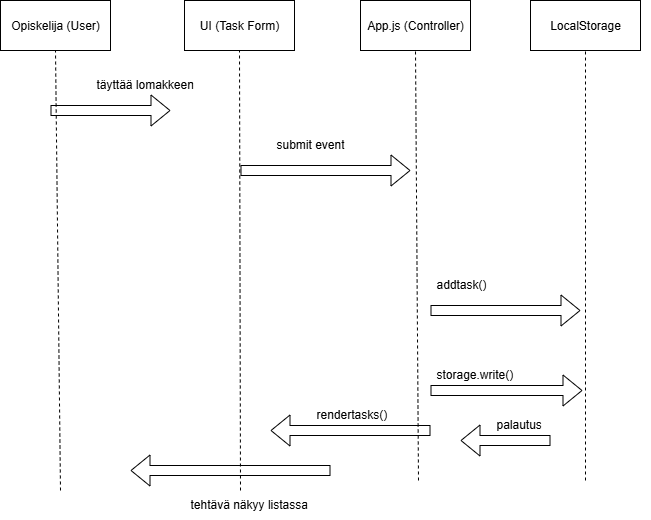
Earlier version of the draw.io export docs/uml/sequence-addtask.png (williamis/student-planner-dashboard). Source tidied: cells renumbered, new cells last; positions are measured from the earlier drawing's top-left corner, leaving out a move shared by most shapes.
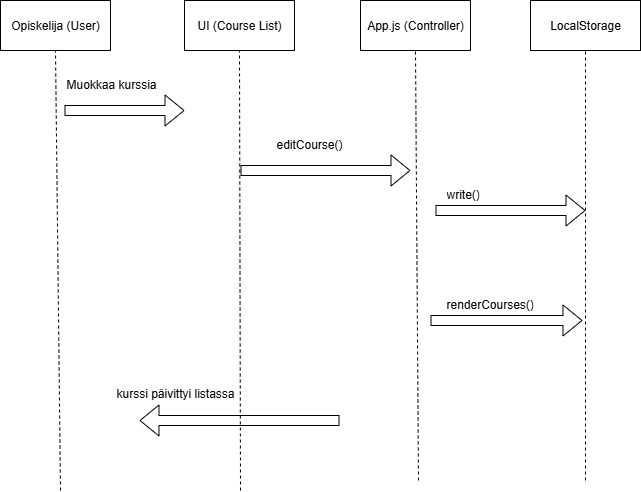
Above is the later version.

Commit message:
docs: päivitetty UML/mockupit ja prosessikuvaus

What changed in the source:
```diff
@@ -8,7 +8,7 @@
     <mxCell id="3" value="App.js (Controller)" style="html=1;whiteSpace=wrap;" parent="1" vertex="1">
       <mxGeometry x="360" width="110" height="50" as="geometry" />
     </mxCell>
-    <mxCell id="4" value="UI (Task Form)" style="html=1;whiteSpace=wrap;" parent="1" vertex="1">
+    <mxCell id="4" value="UI (Course List)" style="html=1;whiteSpace=wrap;" parent="1" vertex="1">
       <mxGeometry x="184" width="110" height="50" as="geometry" />
     </mxCell>
     <mxCell id="5" value="Opiskelija (User)" style="html=1;whiteSpace=wrap;" parent="1" vertex="1">
@@ -36,20 +36,20 @@
     </mxCell>
     <mxCell id="10" style="shape=flexArrow;endArrow=classic;html=1;rounded=0;" parent="1" edge="1">
       <mxGeometry relative="1" as="geometry">
-        <mxPoint x="50" y="110" as="sourcePoint" />
-        <mxPoint x="170" y="110" as="targetPoint" />
+        <mxPoint x="64" y="110" as="sourcePoint" />
+        <mxPoint x="184" y="110" as="targetPoint" />
       </mxGeometry>
     </mxCell>
     <mxCell id="11" style="shape=flexArrow;endArrow=classic;html=1;rounded=0;" parent="1" edge="1">
       <mxGeometry relative="1" as="geometry">
-        <mxPoint x="430" y="310" as="sourcePoint" />
-        <mxPoint x="580" y="310" as="targetPoint" />
+        <mxPoint x="435" y="210" as="sourcePoint" />
+        <mxPoint x="585" y="210" as="targetPoint" />
       </mxGeometry>
     </mxCell>
     <mxCell id="12" style="shape=flexArrow;endArrow=classic;html=1;rounded=0;" parent="1" edge="1">
       <mxGeometry relative="1" as="geometry">
-        <mxPoint x="330" y="470" as="sourcePoint" />
-        <mxPoint x="130" y="470" as="targetPoint" />
+        <mxPoint x="339" y="420" as="sourcePoint" />
+        <mxPoint x="139" y="420" as="targetPoint" />
       </mxGeometry>
     </mxCell>
     <mxCell id="13" style="shape=flexArrow;endArrow=classic;html=1;rounded=0;" parent="1" edge="1">
@@ -58,43 +58,26 @@
         <mxPoint x="410" y="170" as="targetPoint" />
       </mxGeometry>
     </mxCell>
-    <mxCell id="14" style="shape=flexArrow;endArrow=classic;html=1;rounded=0;" parent="1" edge="1">
-      <mxGeometry relative="1" as="geometry">
-        <mxPoint x="430" y="430" as="sourcePoint" />
-        <mxPoint x="270" y="430" as="targetPoint" />
-      </mxGeometry>
-    </mxCell>
-    <mxCell id="15" style="shape=flexArrow;endArrow=classic;html=1;rounded=0;entryX=0.95;entryY=1.154;entryDx=0;entryDy=0;entryPerimeter=0;" parent="1" edge="1" target="19">
+    <mxCell id="15" style="shape=flexArrow;endArrow=classic;html=1;rounded=0;entryX=0.95;entryY=1.154;entryDx=0;entryDy=0;entryPerimeter=0;" parent="1" edge="1">
       <mxGeometry relative="1" as="geometry">
-        <mxPoint x="430" y="390" as="sourcePoint" />
+        <mxPoint x="430" y="320" as="sourcePoint" />
+        <mxPoint x="582" y="320" as="targetPoint" />
       </mxGeometry>
     </mxCell>
-    <mxCell id="16" value="täyttää lomakkeen&lt;div&gt;&lt;br&gt;&lt;/div&gt;" style="text;strokeColor=none;fillColor=none;align=left;verticalAlign=top;spacingLeft=4;spacingRight=4;overflow=hidden;whiteSpace=wrap;html=1;" parent="1" vertex="1">
-      <mxGeometry x="90" y="70" width="160" height="26" as="geometry" />
+    <mxCell id="16" value="&lt;div&gt;Muokkaa kurssia&lt;/div&gt;" style="text;strokeColor=none;fillColor=none;align=left;verticalAlign=top;spacingLeft=4;spacingRight=4;overflow=hidden;whiteSpace=wrap;html=1;" parent="1" vertex="1">
+      <mxGeometry x="60" y="70" width="160" height="26" as="geometry" />
     </mxCell>
-    <mxCell id="17" value="&lt;div&gt;submit event&lt;/div&gt;" style="text;strokeColor=none;fillColor=none;align=left;verticalAlign=top;spacingLeft=4;spacingRight=4;overflow=hidden;whiteSpace=wrap;html=1;" parent="1" vertex="1">
+    <mxCell id="17" value="&lt;div&gt;editCourse()&lt;/div&gt;" style="text;strokeColor=none;fillColor=none;align=left;verticalAlign=top;spacingLeft=4;spacingRight=4;overflow=hidden;whiteSpace=wrap;html=1;" parent="1" vertex="1">
       <mxGeometry x="270" y="130" width="160" height="26" as="geometry" />
     </mxCell>
-    <mxCell id="18" value="&lt;div&gt;rendertasks()&lt;/div&gt;" style="text;strokeColor=none;fillColor=none;align=left;verticalAlign=top;spacingLeft=4;spacingRight=4;overflow=hidden;whiteSpace=wrap;html=1;" parent="1" vertex="1">
-      <mxGeometry x="310" y="400" width="160" height="26" as="geometry" />
-    </mxCell>
-    <mxCell id="19" value="&lt;div&gt;storage.write()&lt;/div&gt;" style="text;strokeColor=none;fillColor=none;align=left;verticalAlign=top;spacingLeft=4;spacingRight=4;overflow=hidden;points=[[0,0.5],[1,0.5]];portConstraint=eastwest;whiteSpace=wrap;html=1;" parent="1" vertex="1">
-      <mxGeometry x="430" y="360" width="160" height="26" as="geometry" />
+    <mxCell id="19" value="&lt;div&gt;renderCourses()&lt;/div&gt;" style="text;strokeColor=none;fillColor=none;align=left;verticalAlign=top;spacingLeft=4;spacingRight=4;overflow=hidden;points=[[0,0.5],[1,0.5]];portConstraint=eastwest;whiteSpace=wrap;html=1;" parent="1" vertex="1">
+      <mxGeometry x="440" y="290" width="160" height="26" as="geometry" />
     </mxCell>
-    <mxCell id="20" value="&lt;div&gt;addtask()&lt;/div&gt;" style="text;strokeColor=none;fillColor=none;align=left;verticalAlign=top;spacingLeft=4;spacingRight=4;overflow=hidden;whiteSpace=wrap;html=1;" parent="1" vertex="1">
-      <mxGeometry x="430" y="270" width="160" height="26" as="geometry" />
+    <mxCell id="20" value="&lt;div&gt;write()&lt;/div&gt;" style="text;strokeColor=none;fillColor=none;align=left;verticalAlign=top;spacingLeft=4;spacingRight=4;overflow=hidden;whiteSpace=wrap;html=1;" parent="1" vertex="1">
+      <mxGeometry x="440" y="180" width="160" height="26" as="geometry" />
     </mxCell>
-    <mxCell id="21" value="&lt;div&gt;tehtävä näkyy listassa&lt;/div&gt;" style="text;strokeColor=none;fillColor=none;align=left;verticalAlign=top;spacingLeft=4;spacingRight=4;overflow=hidden;whiteSpace=wrap;html=1;" parent="1" vertex="1">
-      <mxGeometry x="184" y="490" width="160" height="26" as="geometry" />
+    <mxCell id="21" value="&lt;div&gt;kurssi päivittyi listassa&lt;/div&gt;" style="text;strokeColor=none;fillColor=none;align=left;verticalAlign=top;spacingLeft=4;spacingRight=4;overflow=hidden;whiteSpace=wrap;html=1;" parent="1" vertex="1">
+      <mxGeometry x="110" y="379" width="160" height="26" as="geometry" />
     </mxCell>
-    <mxCell id="22" style="shape=flexArrow;endArrow=classic;html=1;rounded=0;entryX=0.95;entryY=1.154;entryDx=0;entryDy=0;entryPerimeter=0;" parent="1" edge="1">
-      <mxGeometry relative="1" as="geometry">
-        <mxPoint x="550" y="440" as="sourcePoint" />
-        <mxPoint x="460" y="440" as="targetPoint" />
-      </mxGeometry>
-    </mxCell>
-    <mxCell id="23" value="&lt;div&gt;palautus&lt;/div&gt;" style="text;strokeColor=none;fillColor=none;align=left;verticalAlign=top;spacingLeft=4;spacingRight=4;overflow=hidden;whiteSpace=wrap;html=1;" parent="1" vertex="1">
-      <mxGeometry x="490" y="410" width="160" height="26" as="geometry" />
-    </mxCell>
   </root>
 </mxGraphModel>
```
